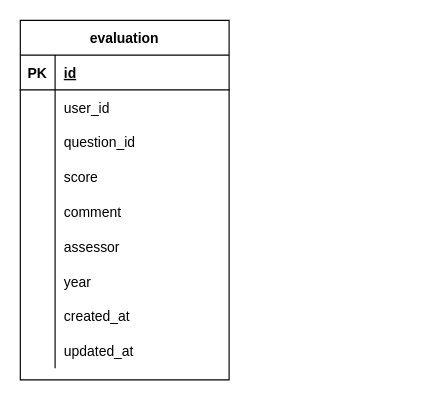
The draw.io diagram page "Evaluation" (3 of 3) of Eva.drawio in gumpon/evatest, before the edit. Source tidied: cells renumbered, new cells numbered last; positions are measured from the earlier drawing's top-left corner, leaving out a move shared by most shapes. Both pictures are drawn from the tidied source at 116%, with x=0, y=0 at pixel (20, 20).
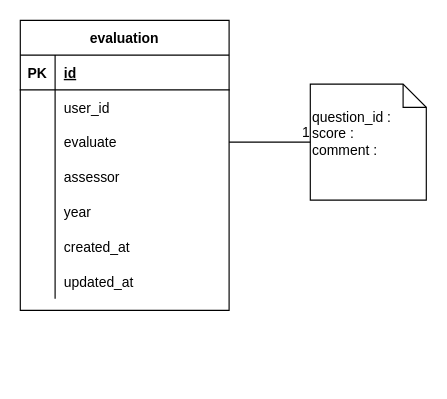
After the change.

What changed in the source:
```diff
@@
+    <mxCell id="30" value="&lt;span&gt;question_id :&lt;br&gt;&lt;/span&gt;&lt;span&gt;score :&amp;nbsp;&lt;br&gt;&lt;/span&gt;&lt;span&gt;comment :&lt;/span&gt;&lt;span&gt;&lt;br&gt;&lt;br&gt;&lt;/span&gt;" style="shape=note;size=20;whiteSpace=wrap;html=1;align=left;" parent="1" vertex="1">
+      <mxGeometry x="250" y="55" width="100" height="100" as="geometry" />
+    </mxCell>
+    <mxCell id="31" style="endArrow=none;html=1;rounded=0;exitX=1;exitY=0.5;exitDx=0;exitDy=0;" parent="1" edge="1" source="15" target="30">
+      <mxGeometry relative="1" as="geometry" />
+    </mxCell>
+    <mxCell id="32" value="1" style="html=1;align=right;verticalAlign=bottom;" parent="31" vertex="1">
+      <mxGeometry x="1" relative="1" as="geometry" />
+    </mxCell>
     <mxCell id="2" value="evaluation" style="shape=table;startSize=30;childLayout=tableLayout;rowLines=0;fontStyle=1;align=center;" parent="1" vertex="1">
-      <mxGeometry width="180" height="310" as="geometry" />
+      <mxGeometry width="180" height="250" as="geometry" />
     </mxCell>
@@
-    <mxCell id="9" style="shape=partialRectangle;fillColor=none;top=0;left=0;bottom=0;right=0;" parent="2" vertex="1">
-      <mxGeometry y="90" width="180" height="30" as="geometry" />
-    </mxCell>
-    <mxCell id="10" style="shape=partialRectangle;fillColor=none;top=0;left=0;bottom=0;right=0;overflow=hidden;" parent="9" vertex="1">
-      <mxGeometry width="30" height="30" as="geometry" />
-    </mxCell>
-    <mxCell id="11" value="question_id" style="shape=partialRectangle;fillColor=none;top=0;left=0;bottom=0;right=0;align=left;spacingLeft=6;overflow=hidden;" parent="9" vertex="1">
-      <mxGeometry x="30" width="150" height="30" as="geometry" />
-    </mxCell>
-    <mxCell id="12" style="shape=partialRectangle;fillColor=none;top=0;left=0;bottom=0;right=0;" parent="2" vertex="1">
-      <mxGeometry y="120" width="180" height="30" as="geometry" />
-    </mxCell>
-    <mxCell id="13" style="shape=partialRectangle;fillColor=none;top=0;left=0;bottom=0;right=0;overflow=hidden;" parent="12" vertex="1">
-      <mxGeometry width="30" height="30" as="geometry" />
-    </mxCell>
-    <mxCell id="14" value="score" style="shape=partialRectangle;fillColor=none;top=0;left=0;bottom=0;right=0;align=left;spacingLeft=6;overflow=hidden;" parent="12" vertex="1">
-      <mxGeometry x="30" width="150" height="30" as="geometry" />
-    </mxCell>
     <mxCell id="15" style="shape=partialRectangle;fillColor=none;top=0;left=0;bottom=0;right=0;points=[[0,0.5],[1,0.5]];portConstraint=eastwest;" parent="2" vertex="1">
-      <mxGeometry y="150" width="180" height="30" as="geometry" />
+      <mxGeometry y="90" width="180" height="30" as="geometry" />
     </mxCell>
@@
-    <mxCell id="17" value="comment" style="shape=partialRectangle;fillColor=none;top=0;left=0;bottom=0;right=0;align=left;spacingLeft=6;overflow=hidden;" parent="15" vertex="1">
+    <mxCell id="17" value="evaluate" style="shape=partialRectangle;fillColor=none;top=0;left=0;bottom=0;right=0;align=left;spacingLeft=6;overflow=hidden;" parent="15" vertex="1">
       <mxGeometry x="30" width="150" height="30" as="geometry" />
     </mxCell>
     <mxCell id="18" style="shape=partialRectangle;fillColor=none;top=0;left=0;bottom=0;right=0;" parent="2" vertex="1">
-      <mxGeometry y="180" width="180" height="30" as="geometry" />
+      <mxGeometry y="120" width="180" height="30" as="geometry" />
     </mxCell>
@@
     <mxCell id="21" style="shape=partialRectangle;fillColor=none;top=0;left=0;bottom=0;right=0;" parent="2" vertex="1">
-      <mxGeometry y="210" width="180" height="30" as="geometry" />
+      <mxGeometry y="150" width="180" height="30" as="geometry" />
     </mxCell>
@@
     <mxCell id="24" style="shape=partialRectangle;fillColor=none;top=0;left=0;bottom=0;right=0;" parent="2" vertex="1">
-      <mxGeometry y="240" width="180" height="30" as="geometry" />
+      <mxGeometry y="180" width="180" height="30" as="geometry" />
     </mxCell>
@@
     <mxCell id="27" style="shape=partialRectangle;fillColor=none;top=0;left=0;bottom=0;right=0;" parent="2" vertex="1">
-      <mxGeometry y="270" width="180" height="30" as="geometry" />
+      <mxGeometry y="210" width="180" height="30" as="geometry" />
     </mxCell>
```
